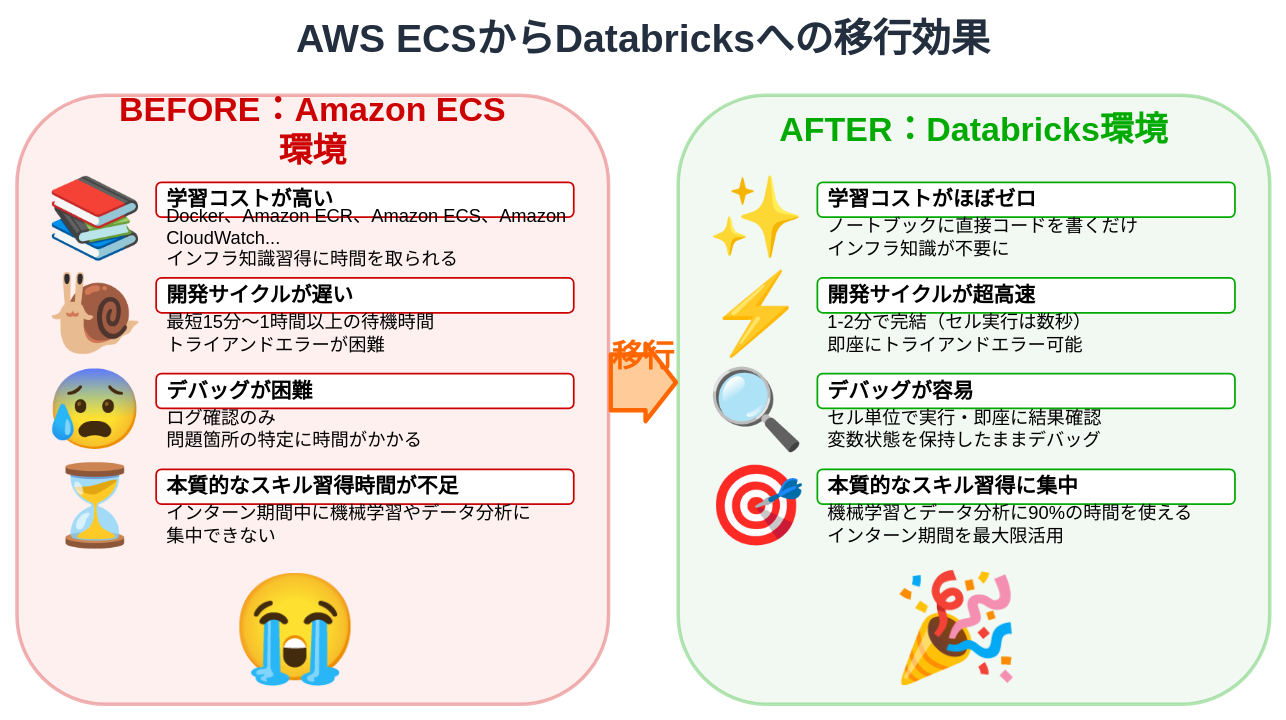
i9wa4/i9wa4.github.io keeps this draw.io diagram as assets/2025-11-07-tamesare-data-sapporo/before-after-comparison.drawio. Above is the earlier version. Source tidied: cells renumbered, new cells numbered last; positions are measured from the earlier drawing's top-left corner, leaving out a move shared by most shapes. Both pictures are drawn from the tidied source at 87%, with x=0, y=0 at pixel (17, 17).
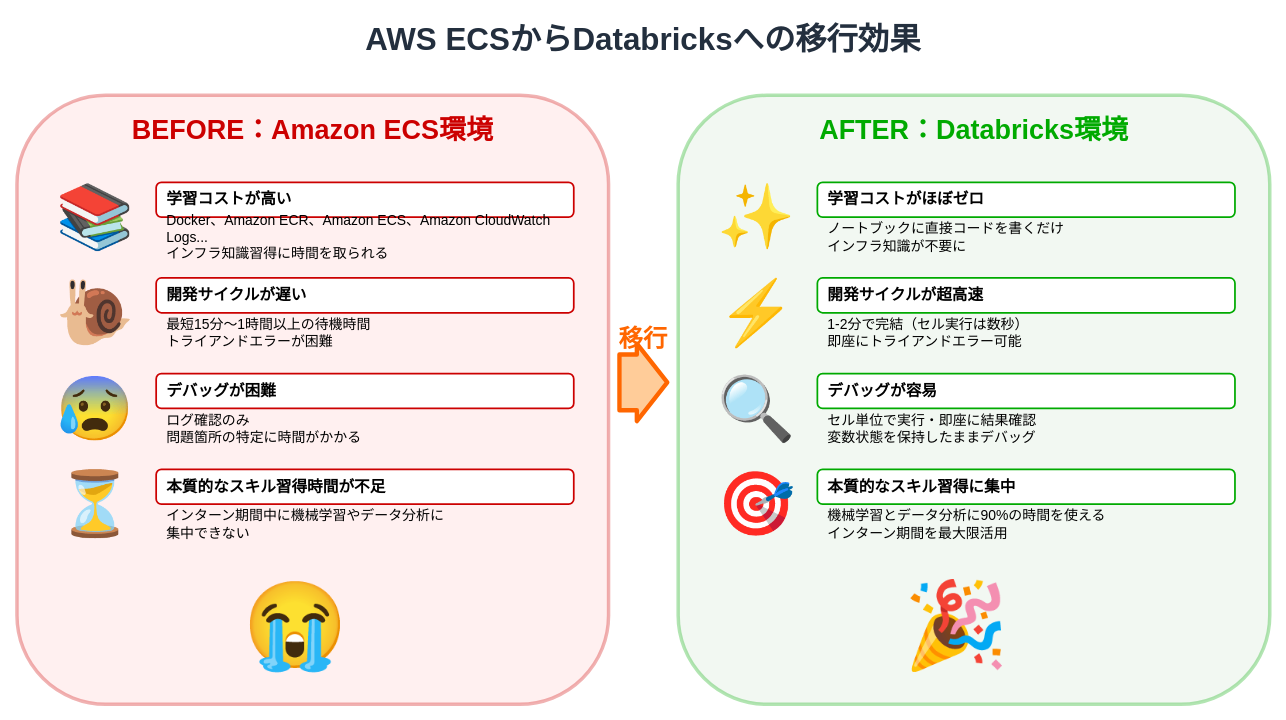
Above is the later version.

What changed in the source:
```diff
@@
-    <mxCell id="2" value="AWS ECSからDatabricksへの移行効果" style="text;html=1;strokeColor=none;fillColor=none;align=center;verticalAlign=middle;whiteSpace=wrap;rounded=0;fontSize=45;fontStyle=1;fontColor=#232F3E;" parent="1" vertex="1">
+    <mxCell id="2" value="AWS ECSからDatabricksへの移行効果" style="text;html=1;strokeColor=none;fillColor=none;align=center;verticalAlign=middle;whiteSpace=wrap;rounded=0;fontSize=36;fontStyle=1;fontColor=#232F3E;" parent="1" vertex="1">
       <mxGeometry x="320" width="800" height="50" as="geometry" />
     </mxCell>
@@
-    <mxCell id="4" value="BEFORE：Amazon ECS環境" style="text;html=1;strokeColor=none;fillColor=none;align=center;verticalAlign=middle;whiteSpace=wrap;rounded=0;fontSize=39;fontStyle=1;fontColor=#CC0000;" parent="1" vertex="1">
+    <mxCell id="4" value="BEFORE：Amazon ECS環境" style="text;html=1;strokeColor=none;fillColor=none;align=center;verticalAlign=middle;whiteSpace=wrap;rounded=0;fontSize=31;fontStyle=1;fontColor=#CC0000;" parent="1" vertex="1">
       <mxGeometry x="100" y="110" width="480" height="40" as="geometry" />
     </mxCell>
-    <mxCell id="5" value="📚" style="text;html=1;strokeColor=none;fillColor=none;align=center;verticalAlign=middle;whiteSpace=wrap;rounded=0;fontSize=90;" parent="1" vertex="1">
+    <mxCell id="5" value="📚" style="text;html=1;strokeColor=none;fillColor=none;align=center;verticalAlign=middle;whiteSpace=wrap;rounded=0;fontSize=72;" parent="1" vertex="1">
       <mxGeometry x="40" y="190" width="100" height="80" as="geometry" />
     </mxCell>
-    <mxCell id="6" value="学習コストが高い" style="rounded=1;whiteSpace=wrap;html=1;fillColor=#ffffff;strokeColor=#CC0000;strokeWidth=2;fontSize=24;fontStyle=1;align=left;spacingLeft=10;" parent="1" vertex="1">
+    <mxCell id="6" value="学習コストが高い" style="rounded=1;whiteSpace=wrap;html=1;fillColor=#ffffff;strokeColor=#CC0000;strokeWidth=2;fontSize=18;fontStyle=1;align=left;spacingLeft=10;" parent="1" vertex="1">
       <mxGeometry x="160" y="190" width="480" height="40" as="geometry" />
     </mxCell>
-    <mxCell id="7" value="Docker、Amazon ECR、Amazon ECS、Amazon CloudWatch...&lt;br&gt;インフラ知識習得に時間を取られる" style="text;html=1;strokeColor=none;fillColor=none;align=left;verticalAlign=middle;whiteSpace=wrap;rounded=0;fontSize=21;spacingLeft=10;" parent="1" vertex="1">
+    <mxCell id="7" value="Docker、Amazon ECR、Amazon ECS、Amazon CloudWatch Logs...&lt;br&gt;インフラ知識習得に時間を取られる" style="text;html=1;strokeColor=none;fillColor=none;align=left;verticalAlign=middle;whiteSpace=wrap;rounded=0;fontSize=16;spacingLeft=10;" parent="1" vertex="1">
       <mxGeometry x="160" y="235" width="480" height="35" as="geometry" />
     </mxCell>
-    <mxCell id="8" value="🐌" style="text;html=1;strokeColor=none;fillColor=none;align=center;verticalAlign=middle;whiteSpace=wrap;rounded=0;fontSize=90;" parent="1" vertex="1">
+    <mxCell id="8" value="🐌" style="text;html=1;strokeColor=none;fillColor=none;align=center;verticalAlign=middle;whiteSpace=wrap;rounded=0;fontSize=72;" parent="1" vertex="1">
       <mxGeometry x="40" y="300" width="100" height="80" as="geometry" />
     </mxCell>
-    <mxCell id="9" value="開発サイクルが遅い" style="rounded=1;whiteSpace=wrap;html=1;fillColor=#ffffff;strokeColor=#CC0000;strokeWidth=2;fontSize=24;fontStyle=1;align=left;spacingLeft=10;" parent="1" vertex="1">
+    <mxCell id="9" value="開発サイクルが遅い" style="rounded=1;whiteSpace=wrap;html=1;fillColor=#ffffff;strokeColor=#CC0000;strokeWidth=2;fontSize=18;fontStyle=1;align=left;spacingLeft=10;" parent="1" vertex="1">
       <mxGeometry x="160" y="300" width="480" height="40" as="geometry" />
     </mxCell>
-    <mxCell id="10" value="最短15分～1時間以上の待機時間&lt;br&gt;トライアンドエラーが困難" style="text;html=1;strokeColor=none;fillColor=none;align=left;verticalAlign=middle;whiteSpace=wrap;rounded=0;fontSize=21;spacingLeft=10;" parent="1" vertex="1">
+    <mxCell id="10" value="最短15分～1時間以上の待機時間&lt;br&gt;トライアンドエラーが困難" style="text;html=1;strokeColor=none;fillColor=none;align=left;verticalAlign=middle;whiteSpace=wrap;rounded=0;fontSize=16;spacingLeft=10;" parent="1" vertex="1">
       <mxGeometry x="160" y="345" width="480" height="35" as="geometry" />
     </mxCell>
-    <mxCell id="11" value="😰" style="text;html=1;strokeColor=none;fillColor=none;align=center;verticalAlign=middle;whiteSpace=wrap;rounded=0;fontSize=90;" parent="1" vertex="1">
+    <mxCell id="11" value="😰" style="text;html=1;strokeColor=none;fillColor=none;align=center;verticalAlign=middle;whiteSpace=wrap;rounded=0;fontSize=72;" parent="1" vertex="1">
       <mxGeometry x="40" y="410" width="100" height="80" as="geometry" />
     </mxCell>
-    <mxCell id="12" value="デバッグが困難" style="rounded=1;whiteSpace=wrap;html=1;fillColor=#ffffff;strokeColor=#CC0000;strokeWidth=2;fontSize=24;fontStyle=1;align=left;spacingLeft=10;" parent="1" vertex="1">
+    <mxCell id="12" value="デバッグが困難" style="rounded=1;whiteSpace=wrap;html=1;fillColor=#ffffff;strokeColor=#CC0000;strokeWidth=2;fontSize=18;fontStyle=1;align=left;spacingLeft=10;" parent="1" vertex="1">
       <mxGeometry x="160" y="410" width="480" height="40" as="geometry" />
     </mxCell>
-    <mxCell id="13" value="ログ確認のみ&lt;br&gt;問題箇所の特定に時間がかかる" style="text;html=1;strokeColor=none;fillColor=none;align=left;verticalAlign=middle;whiteSpace=wrap;rounded=0;fontSize=21;spacingLeft=10;" parent="1" vertex="1">
+    <mxCell id="13" value="ログ確認のみ&lt;br&gt;問題箇所の特定に時間がかかる" style="text;html=1;strokeColor=none;fillColor=none;align=left;verticalAlign=middle;whiteSpace=wrap;rounded=0;fontSize=16;spacingLeft=10;" parent="1" vertex="1">
       <mxGeometry x="160" y="455" width="480" height="35" as="geometry" />
     </mxCell>
-    <mxCell id="14" value="⏳" style="text;html=1;strokeColor=none;fillColor=none;align=center;verticalAlign=middle;whiteSpace=wrap;rounded=0;fontSize=90;" parent="1" vertex="1">
+    <mxCell id="14" value="⏳" style="text;html=1;strokeColor=none;fillColor=none;align=center;verticalAlign=middle;whiteSpace=wrap;rounded=0;fontSize=72;" parent="1" vertex="1">
       <mxGeometry x="40" y="520" width="100" height="80" as="geometry" />
     </mxCell>
-    <mxCell id="15" value="本質的なスキル習得時間が不足" style="rounded=1;whiteSpace=wrap;html=1;fillColor=#ffffff;strokeColor=#CC0000;strokeWidth=2;fontSize=24;fontStyle=1;align=left;spacingLeft=10;" parent="1" vertex="1">
+    <mxCell id="15" value="本質的なスキル習得時間が不足" style="rounded=1;whiteSpace=wrap;html=1;fillColor=#ffffff;strokeColor=#CC0000;strokeWidth=2;fontSize=18;fontStyle=1;align=left;spacingLeft=10;" parent="1" vertex="1">
       <mxGeometry x="160" y="520" width="480" height="40" as="geometry" />
     </mxCell>
-    <mxCell id="16" value="インターン期間中に機械学習やデータ分析に&lt;br&gt;集中できない" style="text;html=1;strokeColor=none;fillColor=none;align=left;verticalAlign=middle;whiteSpace=wrap;rounded=0;fontSize=21;spacingLeft=10;" parent="1" vertex="1">
+    <mxCell id="16" value="インターン期間中に機械学習やデータ分析に&lt;br&gt;集中できない" style="text;html=1;strokeColor=none;fillColor=none;align=left;verticalAlign=middle;whiteSpace=wrap;rounded=0;fontSize=16;spacingLeft=10;" parent="1" vertex="1">
       <mxGeometry x="160" y="565" width="480" height="35" as="geometry" />
     </mxCell>
-    <mxCell id="17" value="😭" style="text;html=1;strokeColor=none;fillColor=none;align=center;verticalAlign=middle;whiteSpace=wrap;rounded=0;fontSize=120;" parent="1" vertex="1">
+    <mxCell id="17" value="😭" style="text;html=1;strokeColor=none;fillColor=none;align=center;verticalAlign=middle;whiteSpace=wrap;rounded=0;fontSize=97;" parent="1" vertex="1">
       <mxGeometry x="250" y="650" width="140" height="100" as="geometry" />
     </mxCell>
@@
-    <mxCell id="19" value="AFTER：Databricks環境" style="text;html=1;strokeColor=none;fillColor=none;align=center;verticalAlign=middle;whiteSpace=wrap;rounded=0;fontSize=39;fontStyle=1;fontColor=#00AA00;" parent="1" vertex="1">
+    <mxCell id="19" value="AFTER：Databricks環境" style="text;html=1;strokeColor=none;fillColor=none;align=center;verticalAlign=middle;whiteSpace=wrap;rounded=0;fontSize=31;fontStyle=1;fontColor=#00AA00;" parent="1" vertex="1">
       <mxGeometry x="860" y="110" width="480" height="40" as="geometry" />
     </mxCell>
-    <mxCell id="20" value="✨" style="text;html=1;strokeColor=none;fillColor=none;align=center;verticalAlign=middle;whiteSpace=wrap;rounded=0;fontSize=90;" parent="1" vertex="1">
+    <mxCell id="20" value="✨" style="text;html=1;strokeColor=none;fillColor=none;align=center;verticalAlign=middle;whiteSpace=wrap;rounded=0;fontSize=72;" parent="1" vertex="1">
       <mxGeometry x="800" y="190" width="100" height="80" as="geometry" />
     </mxCell>
-    <mxCell id="21" value="学習コストがほぼゼロ" style="rounded=1;whiteSpace=wrap;html=1;fillColor=#ffffff;strokeColor=#00AA00;strokeWidth=2;fontSize=24;fontStyle=1;align=left;spacingLeft=10;" parent="1" vertex="1">
+    <mxCell id="21" value="学習コストがほぼゼロ" style="rounded=1;whiteSpace=wrap;html=1;fillColor=#ffffff;strokeColor=#00AA00;strokeWidth=2;fontSize=18;fontStyle=1;align=left;spacingLeft=10;" parent="1" vertex="1">
       <mxGeometry x="920" y="190" width="480" height="40" as="geometry" />
     </mxCell>
-    <mxCell id="22" value="ノートブックに直接コードを書くだけ&lt;br&gt;インフラ知識が不要に" style="text;html=1;strokeColor=none;fillColor=none;align=left;verticalAlign=middle;whiteSpace=wrap;rounded=0;fontSize=21;spacingLeft=10;" parent="1" vertex="1">
+    <mxCell id="22" value="ノートブックに直接コードを書くだけ&lt;br&gt;インフラ知識が不要に" style="text;html=1;strokeColor=none;fillColor=none;align=left;verticalAlign=middle;whiteSpace=wrap;rounded=0;fontSize=16;spacingLeft=10;" parent="1" vertex="1">
       <mxGeometry x="920" y="235" width="480" height="35" as="geometry" />
     </mxCell>
-    <mxCell id="23" value="⚡" style="text;html=1;strokeColor=none;fillColor=none;align=center;verticalAlign=middle;whiteSpace=wrap;rounded=0;fontSize=90;" parent="1" vertex="1">
+    <mxCell id="23" value="⚡" style="text;html=1;strokeColor=none;fillColor=none;align=center;verticalAlign=middle;whiteSpace=wrap;rounded=0;fontSize=72;" parent="1" vertex="1">
       <mxGeometry x="800" y="300" width="100" height="80" as="geometry" />
     </mxCell>
-    <mxCell id="24" value="開発サイクルが超高速" style="rounded=1;whiteSpace=wrap;html=1;fillColor=#ffffff;strokeColor=#00AA00;strokeWidth=2;fontSize=24;fontStyle=1;align=left;spacingLeft=10;" parent="1" vertex="1">
+    <mxCell id="24" value="開発サイクルが超高速" style="rounded=1;whiteSpace=wrap;html=1;fillColor=#ffffff;strokeColor=#00AA00;strokeWidth=2;fontSize=18;fontStyle=1;align=left;spacingLeft=10;" parent="1" vertex="1">
       <mxGeometry x="920" y="300" width="480" height="40" as="geometry" />
     </mxCell>
-    <mxCell id="25" value="1-2分で完結（セル実行は数秒）&lt;br&gt;即座にトライアンドエラー可能" style="text;html=1;strokeColor=none;fillColor=none;align=left;verticalAlign=middle;whiteSpace=wrap;rounded=0;fontSize=21;spacingLeft=10;" parent="1" vertex="1">
+    <mxCell id="25" value="1-2分で完結（セル実行は数秒）&lt;br&gt;即座にトライアンドエラー可能" style="text;html=1;strokeColor=none;fillColor=none;align=left;verticalAlign=middle;whiteSpace=wrap;rounded=0;fontSize=16;spacingLeft=10;" parent="1" vertex="1">
       <mxGeometry x="920" y="345" width="480" height="35" as="geometry" />
     </mxCell>
-    <mxCell id="26" value="🔍" style="text;html=1;strokeColor=none;fillColor=none;align=center;verticalAlign=middle;whiteSpace=wrap;rounded=0;fontSize=90;" parent="1" vertex="1">
+    <mxCell id="26" value="🔍" style="text;html=1;strokeColor=none;fillColor=none;align=center;verticalAlign=middle;whiteSpace=wrap;rounded=0;fontSize=72;" parent="1" vertex="1">
       <mxGeometry x="800" y="410" width="100" height="80" as="geometry" />
     </mxCell>
-    <mxCell id="27" value="デバッグが容易" style="rounded=1;whiteSpace=wrap;html=1;fillColor=#ffffff;strokeColor=#00AA00;strokeWidth=2;fontSize=24;fontStyle=1;align=left;spacingLeft=10;" parent="1" vertex="1">
+    <mxCell id="27" value="デバッグが容易" style="rounded=1;whiteSpace=wrap;html=1;fillColor=#ffffff;strokeColor=#00AA00;strokeWidth=2;fontSize=18;fontStyle=1;align=left;spacingLeft=10;" parent="1" vertex="1">
       <mxGeometry x="920" y="410" width="480" height="40" as="geometry" />
     </mxCell>
-    <mxCell id="28" value="セル単位で実行・即座に結果確認&lt;br&gt;変数状態を保持したままデバッグ" style="text;html=1;strokeColor=none;fillColor=none;align=left;verticalAlign=middle;whiteSpace=wrap;rounded=0;fontSize=21;spacingLeft=10;" parent="1" vertex="1">
+    <mxCell id="28" value="セル単位で実行・即座に結果確認&lt;br&gt;変数状態を保持したままデバッグ" style="text;html=1;strokeColor=none;fillColor=none;align=left;verticalAlign=middle;whiteSpace=wrap;rounded=0;fontSize=16;spacingLeft=10;" parent="1" vertex="1">
       <mxGeometry x="920" y="455" width="480" height="35" as="geometry" />
     </mxCell>
-    <mxCell id="29" value="🎯" style="text;html=1;strokeColor=none;fillColor=none;align=center;verticalAlign=middle;whiteSpace=wrap;rounded=0;fontSize=90;" parent="1" vertex="1">
+    <mxCell id="29" value="🎯" style="text;html=1;strokeColor=none;fillColor=none;align=center;verticalAlign=middle;whiteSpace=wrap;rounded=0;fontSize=72;" parent="1" vertex="1">
       <mxGeometry x="800" y="520" width="100" height="80" as="geometry" />
     </mxCell>
-    <mxCell id="30" value="本質的なスキル習得に集中" style="rounded=1;whiteSpace=wrap;html=1;fillColor=#ffffff;strokeColor=#00AA00;strokeWidth=2;fontSize=24;fontStyle=1;align=left;spacingLeft=10;" parent="1" vertex="1">
+    <mxCell id="30" value="本質的なスキル習得に集中" style="rounded=1;whiteSpace=wrap;html=1;fillColor=#ffffff;strokeColor=#00AA00;strokeWidth=2;fontSize=18;fontStyle=1;align=left;spacingLeft=10;" parent="1" vertex="1">
       <mxGeometry x="920" y="520" width="480" height="40" as="geometry" />
     </mxCell>
-    <mxCell id="31" value="機械学習とデータ分析に90%の時間を使える&lt;br&gt;インターン期間を最大限活用" style="text;html=1;strokeColor=none;fillColor=none;align=left;verticalAlign=middle;whiteSpace=wrap;rounded=0;fontSize=21;spacingLeft=10;" parent="1" vertex="1">
+    <mxCell id="31" value="機械学習とデータ分析に90%の時間を使える&lt;br&gt;インターン期間を最大限活用" style="text;html=1;strokeColor=none;fillColor=none;align=left;verticalAlign=middle;whiteSpace=wrap;rounded=0;fontSize=16;spacingLeft=10;" parent="1" vertex="1">
       <mxGeometry x="920" y="565" width="480" height="35" as="geometry" />
     </mxCell>
-    <mxCell id="32" value="🎉" style="text;html=1;strokeColor=none;fillColor=none;align=center;verticalAlign=middle;whiteSpace=wrap;rounded=0;fontSize=120;" parent="1" vertex="1">
+    <mxCell id="32" value="🎉" style="text;html=1;strokeColor=none;fillColor=none;align=center;verticalAlign=middle;whiteSpace=wrap;rounded=0;fontSize=97;" parent="1" vertex="1">
       <mxGeometry x="1010" y="650" width="140" height="100" as="geometry" />
     </mxCell>
     <mxCell id="33" style="shape=flexArrow;endArrow=classic;html=1;strokeWidth=5;fillColor=#ffcc99;strokeColor=#FF6600;width=60;endSize=10;" parent="1" edge="1">
       <mxGeometry relative="1" as="geometry">
-        <mxPoint x="680" y="420" as="sourcePoint" />
-        <mxPoint x="760" y="420" as="targetPoint" />
+        <mxPoint x="690" y="420" as="sourcePoint" />
+        <mxPoint x="750" y="420" as="targetPoint" />
       </mxGeometry>
     </mxCell>
-    <mxCell id="34" value="移行" style="text;html=1;strokeColor=none;fillColor=none;align=center;verticalAlign=middle;whiteSpace=wrap;rounded=0;fontSize=36;fontStyle=1;fontColor=#FF6600;" parent="1" vertex="1">
-      <mxGeometry x="670" y="370" width="100" height="40" as="geometry" />
+    <mxCell id="34" value="移行" style="text;html=1;strokeColor=none;fillColor=none;align=center;verticalAlign=middle;whiteSpace=wrap;rounded=0;fontSize=28;fontStyle=1;fontColor=#FF6600;" parent="1" vertex="1">
+      <mxGeometry x="670" y="350" width="100" height="40" as="geometry" />
     </mxCell>
```
